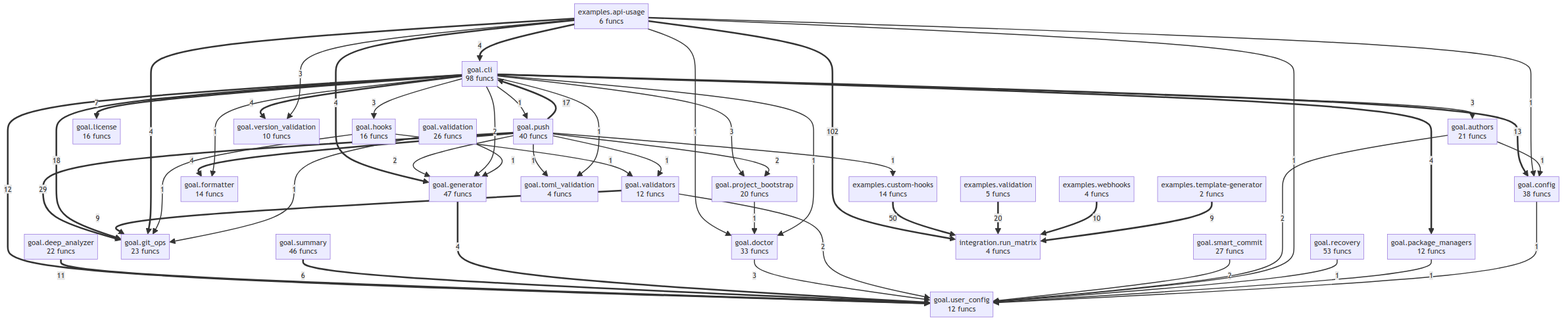
wronai/goal keeps this Mermaid diagram as project/compact_flow.png. Above is the earlier version. Its source is kept beside it as project/compact_flow.mmd.
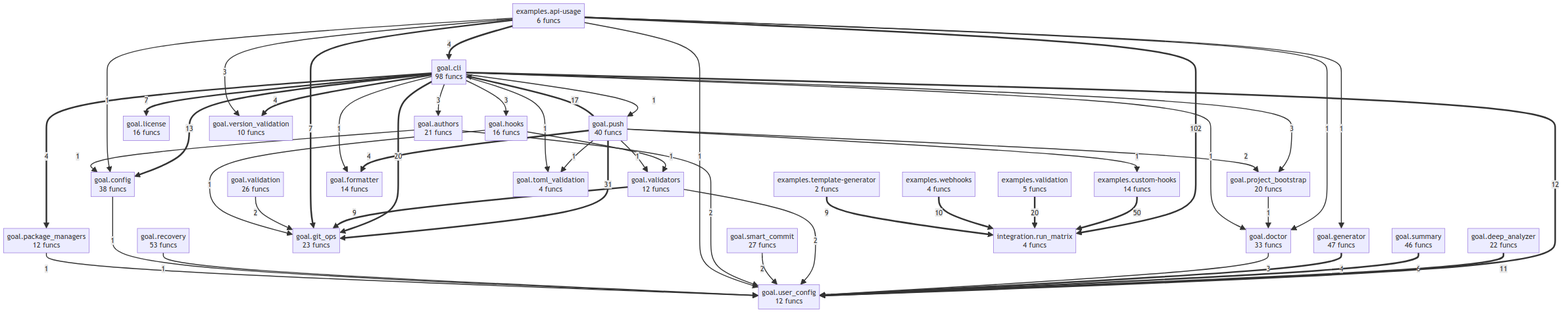
Above is the later version.

Change to the diagram source:
```diff
@@ -28,9 +28,9 @@
     integration__run_matrix["integration.run_matrix<br/>4 funcs"]
     examples__api_usage ==>|102| integration__run_matrix
     examples__custom_hooks ==>|50| integration__run_matrix
-    goal__push ==>|29| goal__git_ops
+    goal__push ==>|31| goal__git_ops
     examples__validation ==>|20| integration__run_matrix
-    goal__cli ==>|18| goal__git_ops
+    goal__cli ==>|20| goal__git_ops
     goal__push ==>|17| goal__cli
     goal__cli ==>|13| goal__config
     goal__cli ==>|12| goal__user_config
@@ -38,11 +38,10 @@
     examples__webhooks ==>|10| integration__run_matrix
     examples__template_generator ==>|9| integration__run_matrix
     goal__validators ==>|9| goal__git_ops
+    examples__api_usage ==>|7| goal__git_ops
     goal__cli ==>|7| goal__license
     goal__summary ==>|6| goal__user_config
     examples__api_usage ==>|4| goal__cli
-    examples__api_usage ==>|4| goal__git_ops
-    examples__api_usage ==>|4| goal__generator
     goal__generator ==>|4| goal__user_config
     goal__push ==>|4| goal__formatter
     goal__cli ==>|4| goal__version_validation
@@ -53,27 +52,25 @@
     goal__cli -->|3| goal__project_bootstrap
     goal__doctor -->|3| goal__user_config
     goal__validators -->|2| goal__user_config
-    goal__push -->|2| goal__generator
     goal__push -->|2| goal__project_bootstrap
-    goal__cli -->|2| goal__generator
+    goal__validation -->|2| goal__git_ops
     goal__smart_commit -->|2| goal__user_config
     goal__authors -->|2| goal__user_config
     examples__api_usage -->|1| goal__config
     examples__api_usage -->|1| goal__user_config
     examples__api_usage -->|1| goal__doctor
+    examples__api_usage -->|1| goal__generator
     goal__project_bootstrap -->|1| goal__doctor
     goal__hooks -->|1| goal__git_ops
     goal__hooks -->|1| goal__validators
     goal__push -->|1| examples__custom_hooks
-    goal__recovery -->|1| goal__user_config
     goal__push -->|1| goal__toml_validation
     goal__push -->|1| goal__validators
+    goal__recovery -->|1| goal__user_config
     goal__cli -->|1| goal__doctor
     goal__cli -->|1| goal__formatter
     goal__cli -->|1| goal__toml_validation
     goal__cli -->|1| goal__push
+    goal__config -->|1| goal__user_config
     goal__package_managers -->|1| goal__user_config
-    goal__config -->|1| goal__user_config
-    goal__validation -->|1| goal__git_ops
-    goal__validation -->|1| goal__generator
     goal__authors -->|1| goal__config
```
